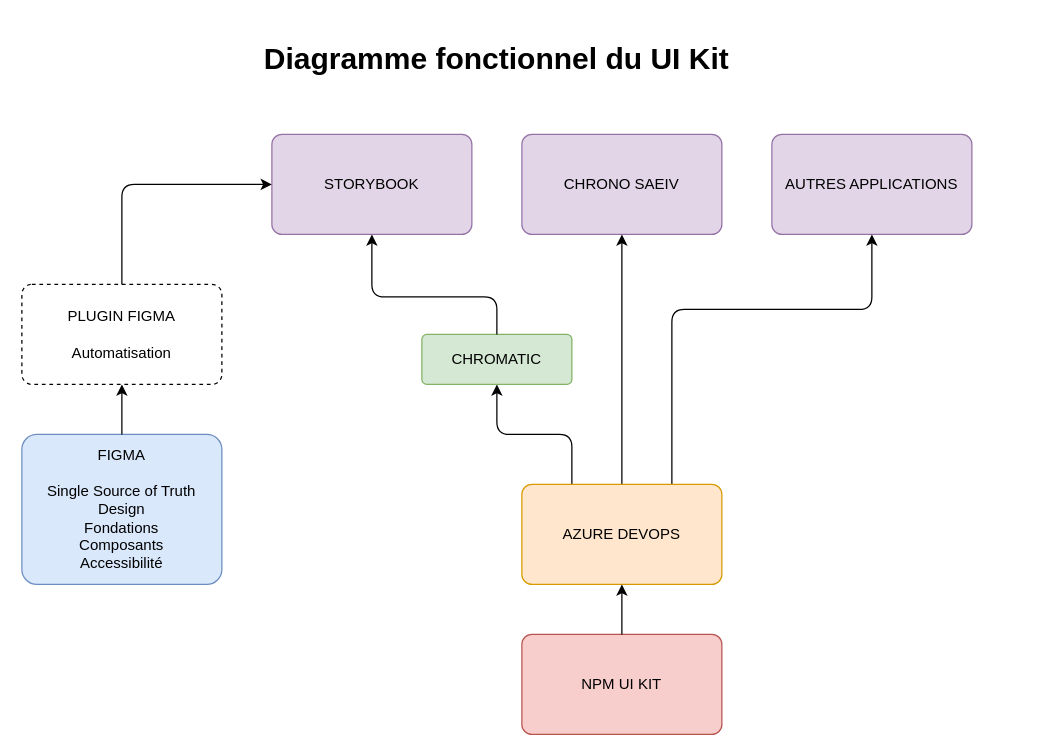
The draw.io diagram chrono-ui-kit.drawio in Tim-arts/flowcharts, before the edit. Source tidied: cells renumbered, new cells numbered last; positions are measured from the earlier drawing's top-left corner, leaving out a move shared by most shapes. Both pictures are drawn from the tidied source at 125%, with x=0, y=0 at pixel (21, 34).
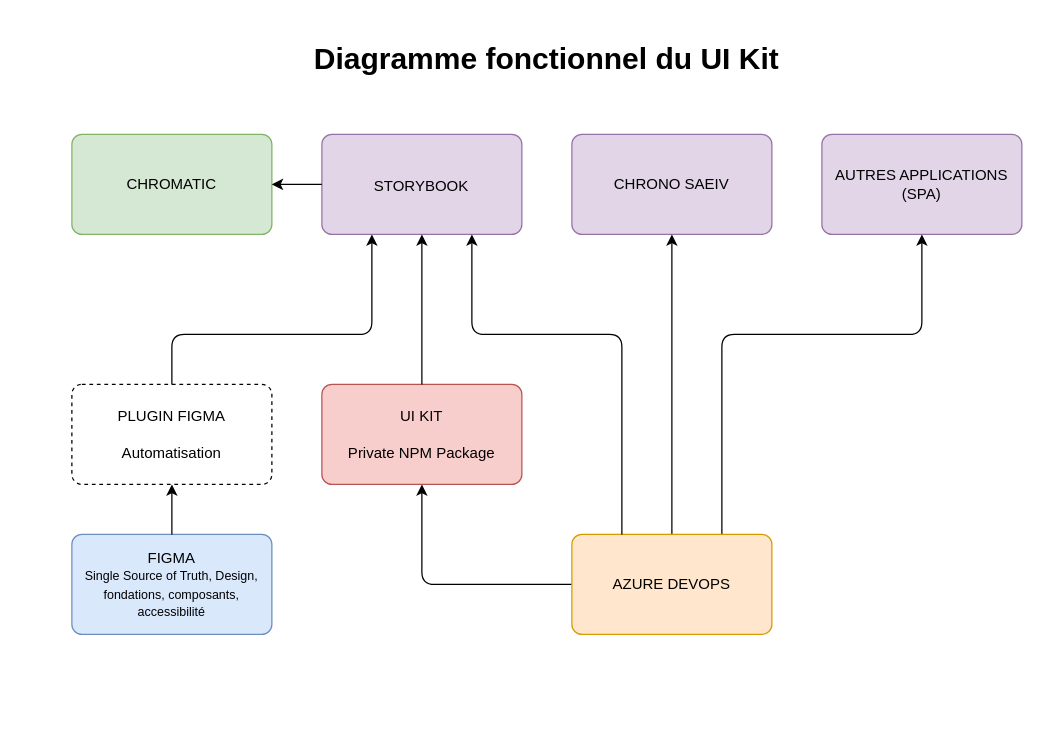
Above is the later version.

Change to the diagram source:
```diff
@@
     <mxCell id="2" value="&lt;h1&gt;Diagramme fonctionnel du UI Kit&lt;/h1&gt;" style="text;html=1;strokeColor=none;fillColor=none;spacing=5;spacingTop=-20;whiteSpace=wrap;overflow=hidden;rounded=0;align=center;" parent="1" vertex="1">
-      <mxGeometry width="760" height="40" as="geometry" />
+      <mxGeometry x="40" width="760" height="40" as="geometry" />
     </mxCell>
-    <mxCell id="3" value="AUTRES APPLICATIONS" style="rounded=1;whiteSpace=wrap;html=1;arcSize=10;fillColor=#e1d5e7;strokeColor=#9673a6;" parent="1" vertex="1">
-      <mxGeometry x="600" y="80" width="160" height="80" as="geometry" />
+    <mxCell id="3" value="AUTRES APPLICATIONS (SPA)" style="rounded=1;whiteSpace=wrap;html=1;arcSize=10;fillColor=#e1d5e7;strokeColor=#9673a6;" parent="1" vertex="1">
+      <mxGeometry x="640" y="80" width="160" height="80" as="geometry" />
     </mxCell>
     <mxCell id="4" style="endArrow=classic;html=1;shadow=0;endSize=6;strokeColor=#000000;entryX=0.5;entryY=1;entryDx=0;entryDy=0;exitX=0.75;exitY=0;exitDx=0;exitDy=0;" parent="1" edge="1" source="11" target="3">
       <mxGeometry relative="1" as="geometry">
         <Array as="points">
-          <mxPoint x="520" y="220" />
-          <mxPoint x="680" y="220" />
+          <mxPoint x="560" y="240" />
+          <mxPoint x="720" y="240" />
         </Array>
       </mxGeometry>
     </mxCell>
     <mxCell id="5" value="CHRONO SAEIV" style="rounded=1;whiteSpace=wrap;html=1;arcSize=10;fillColor=#e1d5e7;strokeColor=#9673a6;" parent="1" vertex="1">
-      <mxGeometry x="400" y="80" width="160" height="80" as="geometry" />
+      <mxGeometry x="440" y="80" width="160" height="80" as="geometry" />
     </mxCell>
-    <mxCell id="6" value="STORYBOOK" style="rounded=1;whiteSpace=wrap;html=1;arcSize=10;fillColor=#e1d5e7;strokeColor=#9673a6;" parent="1" vertex="1">
-      <mxGeometry x="200" y="80" width="160" height="80" as="geometry" />
+    <mxCell id="6" style="rounded=1;whiteSpace=wrap;html=1;arcSize=10;fillColor=#e1d5e7;strokeColor=#9673a6;" parent="1" vertex="1">
+      <mxGeometry x="240" y="80" width="160" height="80" as="geometry" />
     </mxCell>
-    <mxCell id="7" style="endArrow=classic;html=1;exitX=0.25;exitY=0;exitDx=0;exitDy=0;entryX=0.5;entryY=1;entryDx=0;entryDy=0;" parent="1" edge="1" source="11" target="13">
+    <mxCell id="7" style="endArrow=classic;html=1;exitX=0;exitY=0.5;exitDx=0;exitDy=0;entryX=0.5;entryY=1;entryDx=0;entryDy=0;" parent="1" edge="1" source="11" target="10">
       <mxGeometry relative="1" as="geometry">
         <Array as="points">
-          <mxPoint x="440" y="320" />
-          <mxPoint x="380" y="320" />
+          <mxPoint x="440" y="440" />
+          <mxPoint x="320" y="440" />
         </Array>
       </mxGeometry>
     </mxCell>
-    <mxCell id="8" value="FIGMA&lt;br&gt;&lt;br&gt;Single Source of Truth&lt;br&gt;Design&lt;br&gt;Fondations&lt;br&gt;Composants&lt;br&gt;Accessibilité" style="rounded=1;whiteSpace=wrap;html=1;arcSize=10;fillColor=#dae8fc;strokeColor=#6c8ebf;" parent="1" vertex="1">
-      <mxGeometry y="320" width="160" height="120" as="geometry" />
+    <mxCell id="8" value="FIGMA&lt;br&gt;&lt;font style=&quot;font-size: 10px&quot;&gt;Single Source of Truth,&amp;nbsp;Design, fondations, composants, accessibilité&lt;/font&gt;" style="rounded=1;whiteSpace=wrap;html=1;arcSize=10;fillColor=#dae8fc;strokeColor=#6c8ebf;" parent="1" vertex="1">
+      <mxGeometry x="40" y="400" width="160" height="80" as="geometry" />
     </mxCell>
@@
-    <mxCell id="10" value="NPM UI KIT" style="rounded=1;whiteSpace=wrap;html=1;arcSize=10;fillColor=#f8cecc;strokeColor=#b85450;" parent="1" vertex="1">
-      <mxGeometry x="400" y="480" width="160" height="80" as="geometry" />
+    <mxCell id="10" value="UI KIT&lt;br&gt;&lt;br&gt;Private NPM Package" style="rounded=1;whiteSpace=wrap;html=1;arcSize=10;fillColor=#f8cecc;strokeColor=#b85450;" parent="1" vertex="1">
+      <mxGeometry x="240" y="280" width="160" height="80" as="geometry" />
     </mxCell>
     <mxCell id="11" value="AZURE DEVOPS" style="whiteSpace=wrap;html=1;rounded=1;strokeColor=#d79b00;fillColor=#ffe6cc;arcSize=10;" parent="1" vertex="1">
-      <mxGeometry x="400" y="360" width="160" height="80" as="geometry" />
+      <mxGeometry x="440" y="400" width="160" height="80" as="geometry" />
     </mxCell>
-    <mxCell id="12" style="endArrow=classic;html=1;exitX=0.5;exitY=0;exitDx=0;exitDy=0;entryX=0.5;entryY=1;entryDx=0;entryDy=0;" parent="1" edge="1" source="10" target="11">
+    <mxCell id="12" style="endArrow=classic;html=1;exitX=0.5;exitY=0;exitDx=0;exitDy=0;entryX=0.5;entryY=1;entryDx=0;entryDy=0;" parent="1" edge="1" source="10" target="6">
       <mxGeometry relative="1" as="geometry" />
     </mxCell>
     <mxCell id="13" value="CHROMATIC" style="rounded=1;whiteSpace=wrap;html=1;arcSize=10;fillColor=#d5e8d4;strokeColor=#82b366;" parent="1" vertex="1">
-      <mxGeometry x="320" y="240" width="120" height="40" as="geometry" />
+      <mxGeometry x="40" y="80" width="160" height="80" as="geometry" />
     </mxCell>
-    <mxCell id="14" style="endArrow=classic;html=1;exitX=0.5;exitY=0;exitDx=0;exitDy=0;entryX=0.5;entryY=1;entryDx=0;entryDy=0;" parent="1" edge="1" source="13" target="6">
-      <mxGeometry relative="1" as="geometry">
-        <Array as="points">
-          <mxPoint x="380" y="210" />
-          <mxPoint x="280" y="210" />
-        </Array>
-      </mxGeometry>
+    <mxCell id="14" style="endArrow=classic;html=1;entryX=1;entryY=0.5;entryDx=0;entryDy=0;exitX=0;exitY=0.5;exitDx=0;exitDy=0;" parent="1" edge="1" source="6" target="13">
+      <mxGeometry relative="1" as="geometry" />
     </mxCell>
     <mxCell id="15" value="PLUGIN FIGMA&lt;br&gt;&lt;br&gt;Automatisation" style="rounded=1;whiteSpace=wrap;html=1;arcSize=10;dashed=1;" parent="1" vertex="1">
-      <mxGeometry y="200" width="160" height="80" as="geometry" />
+      <mxGeometry x="40" y="280" width="160" height="80" as="geometry" />
     </mxCell>
@@
-    <mxCell id="17" style="endArrow=classic;html=1;exitX=0.5;exitY=0;exitDx=0;exitDy=0;entryX=0;entryY=0.5;entryDx=0;entryDy=0;" parent="1" edge="1" source="15" target="6">
+    <mxCell id="17" style="endArrow=classic;html=1;entryX=0.25;entryY=1;entryDx=0;entryDy=0;exitX=0.5;exitY=0;exitDx=0;exitDy=0;" parent="1" edge="1" source="15" target="6">
       <mxGeometry relative="1" as="geometry">
         <Array as="points">
-          <mxPoint x="80" y="120" />
+          <mxPoint x="120" y="240" />
+          <mxPoint x="280" y="240" />
         </Array>
       </mxGeometry>
     </mxCell>
+    <mxCell id="18" style="endArrow=classic;html=1;entryX=0.75;entryY=1;entryDx=0;entryDy=0;exitX=0.25;exitY=0;exitDx=0;exitDy=0;" parent="1" edge="1" source="11" target="6">
+      <mxGeometry relative="1" as="geometry">
+        <Array as="points">
+          <mxPoint x="480" y="240" />
+          <mxPoint x="360" y="240" />
+        </Array>
+      </mxGeometry>
+    </mxCell>
+    <mxCell id="19" value="&lt;span style=&quot;color: rgb(0 , 0 , 0) ; font-family: &amp;#34;helvetica&amp;#34; ; font-size: 12px ; font-style: normal ; font-weight: 400 ; letter-spacing: normal ; text-align: center ; text-indent: 0px ; text-transform: none ; word-spacing: 0px ; display: inline ; float: none&quot;&gt;STORYBOOK&lt;/span&gt;" style="text;whiteSpace=wrap;html=1;fontSize=10;" parent="1" vertex="1">
+      <mxGeometry x="280" y="107.5" width="80" height="25" as="geometry" />
+    </mxCell>
```
